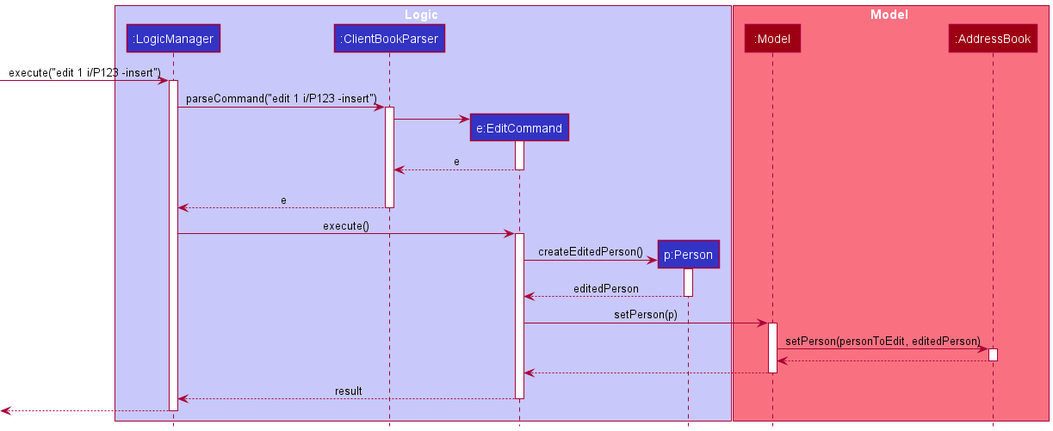
nus-cs2103-AY2021S2/tp keeps this PlantUML diagram as docs/images/EditSequenceDiagram.png. Above is the earlier version.
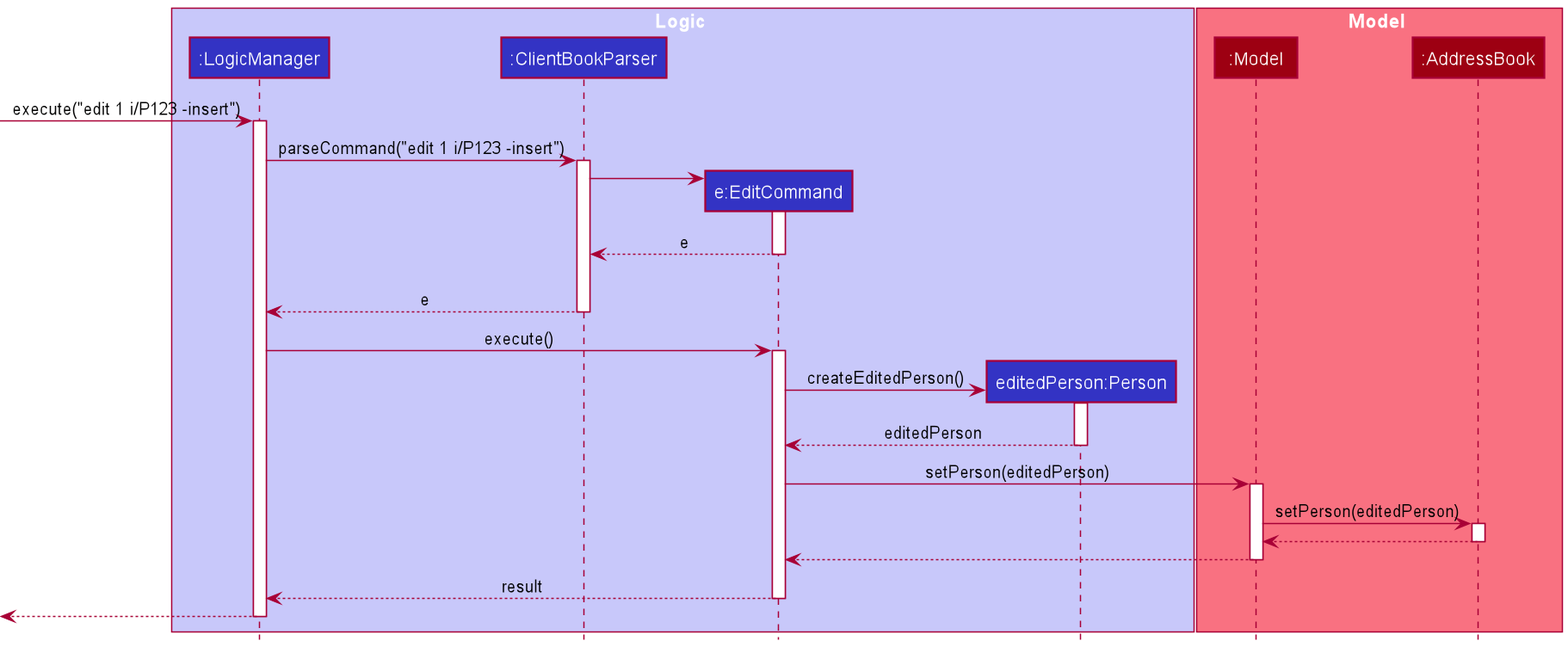
The same diagram one commit later.

What changed in the source:
```diff
@@ -5,7 +5,7 @@
 participant ":LogicManager" as LogicManager LOGIC_COLOR
 participant ":ClientBookParser" as ClientBookParser LOGIC_COLOR
 participant "e:EditCommand" as EditCommand LOGIC_COLOR
-participant "p:Person" as Person LOGIC_COLOR
+participant "editedPerson:Person" as Person LOGIC_COLOR
 end box
 
 box Model MODEL_COLOR_T1
@@ -41,10 +41,10 @@
 Person --> EditCommand :editedPerson
 deactivate Person
 
-EditCommand -> Model : setPerson(p)
+EditCommand -> Model : setPerson(editedPerson)
 activate Model
 
-Model -> AddressBook : setPerson(personToEdit, editedPerson)
+Model -> AddressBook : setPerson(editedPerson)
 activate AddressBook
 
 AddressBook --> Model
```
